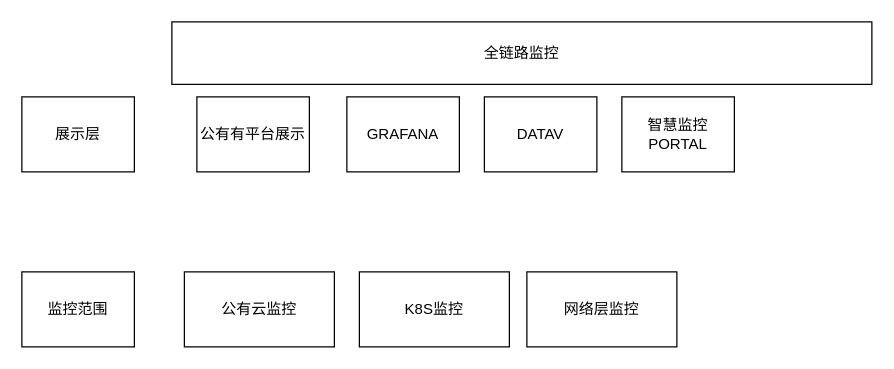
Before: 全链路监控.drawio in tengxiao/zabbix-report, a draw.io diagram. Source tidied: cells renumbered, new cells numbered last; positions are measured from the earlier drawing's top-left corner, leaving out a move shared by most shapes. Both pictures are drawn from the tidied source at 125%, with x=0, y=0 at pixel (21, 21).
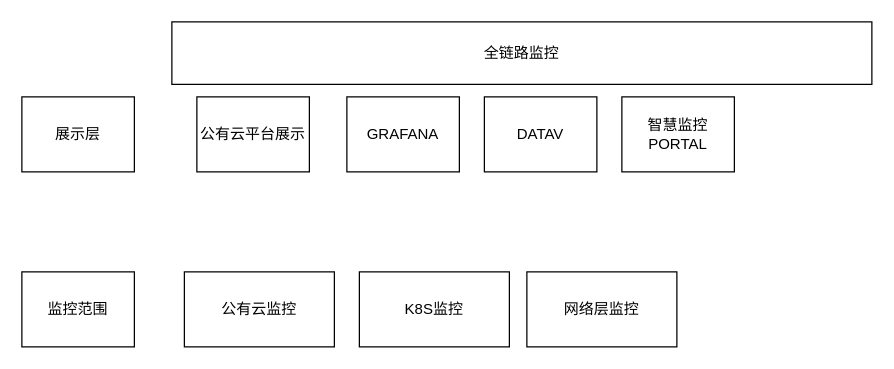
After the change.

Commit message (it also covers changes not shown here):
更新全链路监控.drawio

Change to the diagram source:
```diff
@@
 <mxGraphModel>
   <root>
     <mxCell id="0" />
     <mxCell id="1" parent="0" />
     <mxCell id="2" value="全链路监控" style="rounded=0;whiteSpace=wrap;html=1;" parent="1" vertex="1">
       <mxGeometry x="120" width="560" height="50" as="geometry" />
     </mxCell>
     <mxCell id="3" value="监控范围" style="rounded=0;whiteSpace=wrap;html=1;" parent="1" vertex="1">
       <mxGeometry y="200" width="90" height="60" as="geometry" />
     </mxCell>
     <mxCell id="4" value="公有云监控" style="rounded=0;whiteSpace=wrap;html=1;" parent="1" vertex="1">
       <mxGeometry x="130" y="200" width="120" height="60" as="geometry" />
     </mxCell>
     <mxCell id="5" value="K8S监控" style="rounded=0;whiteSpace=wrap;html=1;" parent="1" vertex="1">
       <mxGeometry x="270" y="200" width="120" height="60" as="geometry" />
     </mxCell>
     <mxCell id="6" value="网络层监控" style="rounded=0;whiteSpace=wrap;html=1;" parent="1" vertex="1">
       <mxGeometry x="404" y="200" width="120" height="60" as="geometry" />
     </mxCell>
     <mxCell id="7" value="展示层" style="rounded=0;whiteSpace=wrap;html=1;" parent="1" vertex="1">
       <mxGeometry y="60" width="90" height="60" as="geometry" />
     </mxCell>
-    <mxCell id="8" value="公有有平台展示" style="rounded=0;whiteSpace=wrap;html=1;" parent="1" vertex="1">
+    <mxCell id="8" value="公有云平台展示" style="rounded=0;whiteSpace=wrap;html=1;" parent="1" vertex="1">
       <mxGeometry x="140" y="60" width="90" height="60" as="geometry" />
     </mxCell>
     <mxCell id="9" value="GRAFANA" style="rounded=0;whiteSpace=wrap;html=1;" parent="1" vertex="1">
       <mxGeometry x="260" y="60" width="90" height="60" as="geometry" />
     </mxCell>
     <mxCell id="10" value="DATAV" style="rounded=0;whiteSpace=wrap;html=1;" parent="1" vertex="1">
       <mxGeometry x="370" y="60" width="90" height="60" as="geometry" />
     </mxCell>
     <mxCell id="11" value="智慧监控PORTAL" style="rounded=0;whiteSpace=wrap;html=1;" parent="1" vertex="1">
       <mxGeometry x="480" y="60" width="90" height="60" as="geometry" />
     </mxCell>
   </root>
 </mxGraphModel>
```
